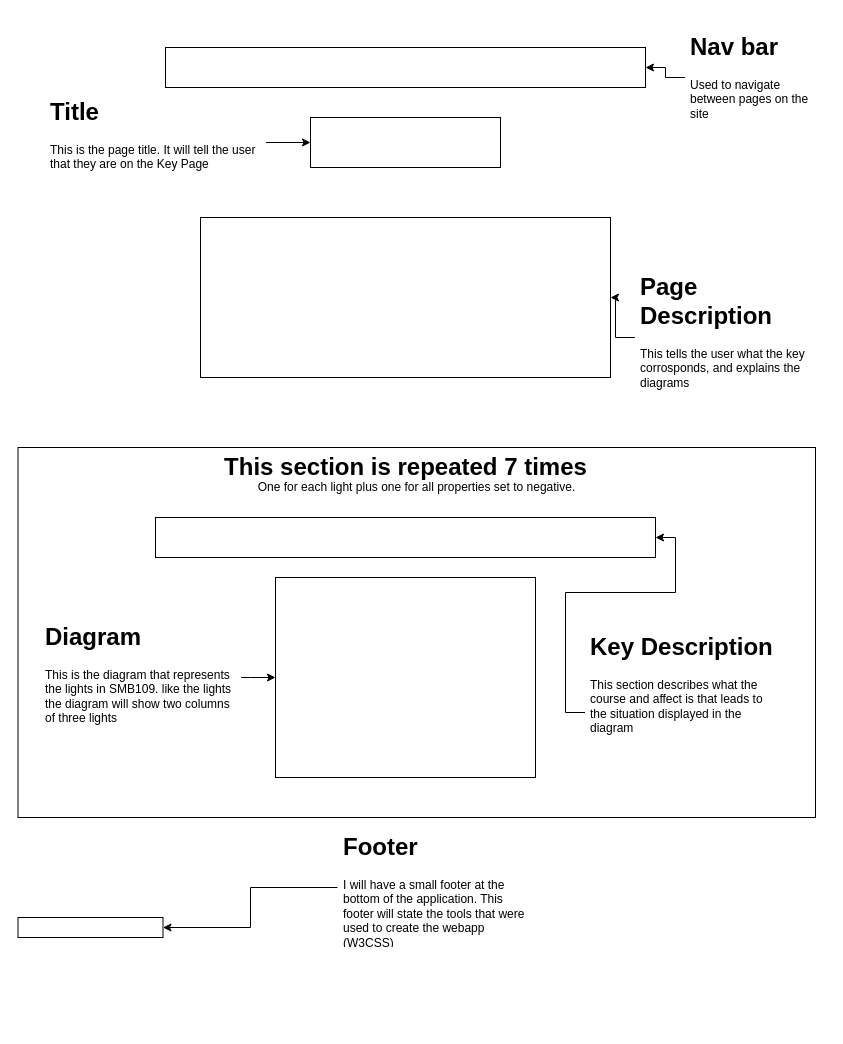
Before: Website Wireframes/Key.drawio in Jasper-27/Soft166Assignment, a draw.io diagram. Source tidied: cells renumbered, new cells numbered last; positions are measured from the earlier drawing's top-left corner, leaving out a move shared by most shapes. Both pictures are drawn from the tidied source at 100%, with x=0, y=0 at pixel (17, 27).
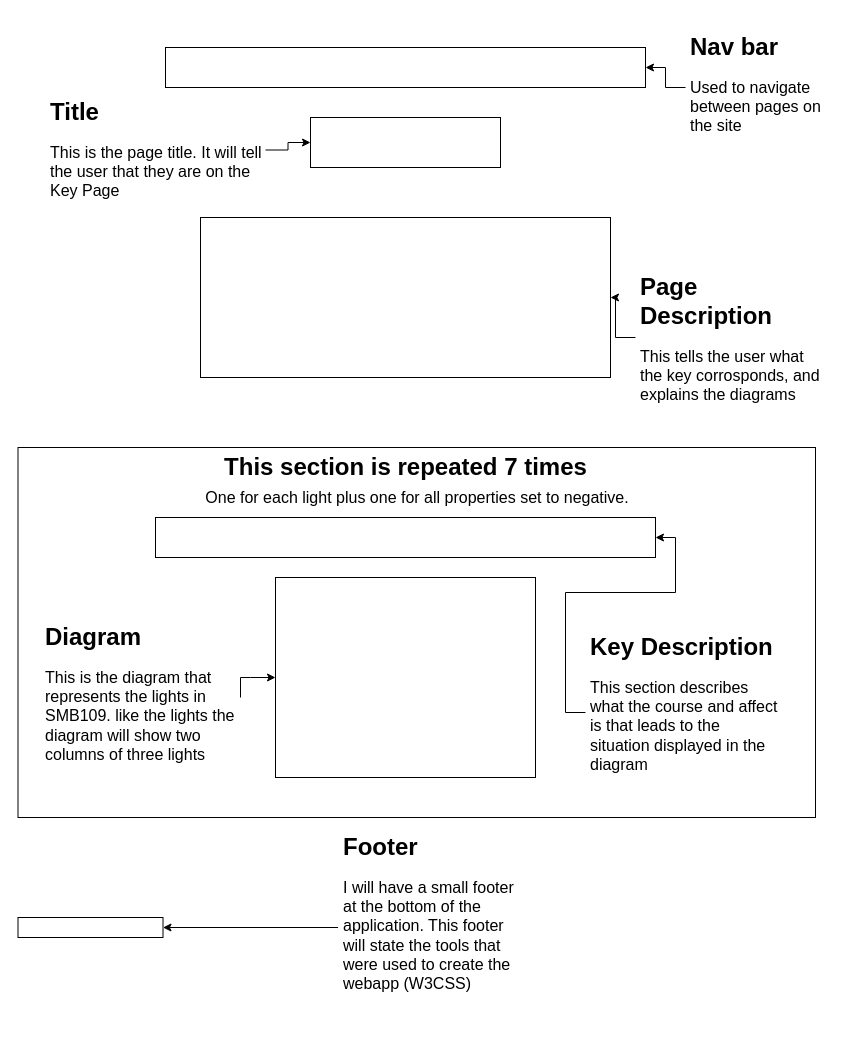
The same page after the edit.

Change to the diagram source:
```diff
@@
-<mxGraphModel>
+<mxGraphModel background="#ffffff">
@@
-    <mxCell id="2" style="rounded=0;whiteSpace=wrap;html=1;" parent="1" vertex="1">
+    <mxCell id="2" style="rounded=0;whiteSpace=wrap;html=1;fillColor=none;strokeColor=#030303;" parent="1" vertex="1">
       <mxGeometry x="0.5" y="420" width="797.5" height="370" as="geometry" />
     </mxCell>
@@
-    <mxCell id="8" value="&lt;h1&gt;Nav bar&lt;br&gt;&lt;/h1&gt;&lt;p&gt;Used to navigate between pages on the site&lt;br&gt;&lt;/p&gt;" style="text;html=1;strokeColor=#FFFFFF;fillColor=none;spacing=5;spacingTop=-20;whiteSpace=wrap;overflow=hidden;rounded=0;shadow=0;" parent="1" vertex="1">
-      <mxGeometry x="668" width="140" height="100" as="geometry" />
+    <mxCell id="8" value="&lt;h1&gt;Nav bar&lt;br&gt;&lt;/h1&gt;&lt;p&gt;&lt;font style=&quot;font-size: 16px&quot;&gt;Used to navigate between pages on the site&lt;/font&gt;&lt;br&gt;&lt;/p&gt;" style="text;html=1;spacing=5;spacingTop=-20;whiteSpace=wrap;overflow=hidden;rounded=0;shadow=0;fontColor=#000000;" parent="1" vertex="1">
+      <mxGeometry x="668" width="140" height="120" as="geometry" />
     </mxCell>
@@
-    <mxCell id="10" value="&lt;h1&gt;Page Description&lt;br&gt;&lt;/h1&gt;&lt;p&gt;This tells the user what the key corrosponds, and explains the diagrams &lt;br&gt;&lt;/p&gt;" style="text;html=1;strokeColor=#FFFFFF;fillColor=none;spacing=5;spacingTop=-20;whiteSpace=wrap;overflow=hidden;rounded=0;shadow=0;" parent="1" vertex="1">
+    <mxCell id="10" value="&lt;h1&gt;Page Description&lt;br&gt;&lt;/h1&gt;&lt;p&gt;&lt;font style=&quot;font-size: 16px&quot;&gt;This tells the user what the key corrosponds, and explains the diagrams &lt;/font&gt;&lt;br&gt;&lt;/p&gt;" style="text;html=1;spacing=5;spacingTop=-20;whiteSpace=wrap;overflow=hidden;rounded=0;shadow=0;fontColor=#000000;" parent="1" vertex="1">
       <mxGeometry x="618" y="240" width="190" height="140" as="geometry" />
     </mxCell>
@@
-    <mxCell id="12" value="&lt;h1&gt;Title &lt;br&gt;&lt;/h1&gt;&lt;p&gt;This is the page title. It will tell the user that they are on the Key Page&lt;br&gt;&lt;/p&gt;" style="text;html=1;strokeColor=#FFFFFF;fillColor=none;spacing=5;spacingTop=-20;whiteSpace=wrap;overflow=hidden;rounded=0;shadow=0;" parent="1" vertex="1">
-      <mxGeometry x="28" y="65" width="220" height="100" as="geometry" />
+    <mxCell id="12" value="&lt;h1&gt;Title &lt;br&gt;&lt;/h1&gt;&lt;p&gt;&lt;font style=&quot;font-size: 16px&quot;&gt;This is the page title. It will tell the user that they are on the Key Page&lt;/font&gt;&lt;br&gt;&lt;/p&gt;" style="text;html=1;spacing=5;spacingTop=-20;whiteSpace=wrap;overflow=hidden;rounded=0;shadow=0;fontColor=#000000;" parent="1" vertex="1">
+      <mxGeometry x="28" y="65" width="220" height="115" as="geometry" />
     </mxCell>
@@
-    <mxCell id="14" value="&lt;h1&gt;Diagram &lt;br&gt;&lt;/h1&gt;&lt;div id=&quot;inside&quot; class=&quot;text_box&quot;&gt;This is the diagram that represents the lights in SMB109. like the lights the diagram will show two columns of three lights&lt;br&gt;&lt;/div&gt;" style="text;html=1;strokeColor=#FFFFFF;fillColor=none;spacing=5;spacingTop=-20;whiteSpace=wrap;overflow=hidden;rounded=0;shadow=0;" parent="1" vertex="1">
-      <mxGeometry x="23" y="590" width="200" height="120" as="geometry" />
+    <mxCell id="14" value="&lt;h1&gt;Diagram &lt;br&gt;&lt;/h1&gt;&lt;div id=&quot;inside&quot; class=&quot;text_box&quot;&gt;&lt;font style=&quot;font-size: 16px&quot;&gt;This is the diagram that represents the lights in SMB109. like the lights the diagram will show two columns of three lights&lt;/font&gt;&lt;br&gt;&lt;/div&gt;" style="text;html=1;spacing=5;spacingTop=-20;whiteSpace=wrap;overflow=hidden;rounded=0;shadow=0;fontColor=#000000;" parent="1" vertex="1">
+      <mxGeometry x="23" y="590" width="200" height="160" as="geometry" />
     </mxCell>
@@
-    <mxCell id="17" value="&lt;h1&gt;Footer&lt;/h1&gt;&lt;p&gt;I will have a small footer at the bottom of the application. This footer will state the tools that were used to create the webapp (W3CSS)&lt;br&gt;&lt;/p&gt;" style="text;html=1;strokeColor=#FFFFFF;fillColor=none;spacing=5;spacingTop=-20;whiteSpace=wrap;overflow=hidden;rounded=0;shadow=0;" parent="1" vertex="1">
-      <mxGeometry x="320.5" y="800" width="190" height="120" as="geometry" />
+    <mxCell id="17" value="&lt;h1&gt;Footer&lt;/h1&gt;&lt;p&gt;&lt;font style=&quot;font-size: 16px&quot;&gt;I will have a small footer at the bottom of the application. This footer will state the tools that were used to create the webapp (W3CSS)&lt;/font&gt;&lt;br&gt;&lt;/p&gt;" style="text;html=1;spacing=5;spacingTop=-20;whiteSpace=wrap;overflow=hidden;rounded=0;shadow=0;fontColor=#000000;" parent="1" vertex="1">
+      <mxGeometry x="320.5" y="800" width="190" height="200" as="geometry" />
     </mxCell>
@@
-    <mxCell id="20" value="&lt;h1&gt;Key Description&lt;br&gt;&lt;/h1&gt;&lt;div id=&quot;inside&quot; class=&quot;text_box&quot;&gt;This section describes what the course and affect is that leads to the situation displayed in the diagram &lt;br&gt;&lt;/div&gt;" style="text;html=1;strokeColor=#FFFFFF;fillColor=none;spacing=5;spacingTop=-20;whiteSpace=wrap;overflow=hidden;rounded=0;shadow=0;" parent="1" vertex="1">
+    <mxCell id="20" value="&lt;h1&gt;Key Description&lt;br&gt;&lt;/h1&gt;&lt;div id=&quot;inside&quot; class=&quot;text_box&quot;&gt;&lt;font style=&quot;font-size: 16px&quot;&gt;This section describes what the course and affect is that leads to the situation displayed in the diagram &lt;/font&gt;&lt;br&gt;&lt;/div&gt;" style="text;html=1;spacing=5;spacingTop=-20;whiteSpace=wrap;overflow=hidden;rounded=0;shadow=0;fontColor=#000000;" parent="1" vertex="1">
       <mxGeometry x="568" y="600" width="200" height="170" as="geometry" />
     </mxCell>
-    <mxCell id="21" value="&lt;div&gt;&lt;h1&gt;&lt;font style=&quot;font-size: 24px&quot;&gt;This section is repeated 7 times&lt;/font&gt;&lt;font size=&quot;3&quot;&gt;&lt;br&gt;&lt;/font&gt;&lt;/h1&gt;&lt;/div&gt;" style="text;html=1;strokeColor=none;fillColor=none;align=center;verticalAlign=middle;whiteSpace=wrap;rounded=0;" parent="1" vertex="1">
+    <mxCell id="21" value="&lt;div&gt;&lt;h1&gt;&lt;font style=&quot;font-size: 24px&quot;&gt;This section is repeated 7 times&lt;/font&gt;&lt;font size=&quot;3&quot;&gt;&lt;br&gt;&lt;/font&gt;&lt;/h1&gt;&lt;/div&gt;" style="text;html=1;align=center;verticalAlign=middle;whiteSpace=wrap;rounded=0;fontColor=#000000;" parent="1" vertex="1">
       <mxGeometry x="190.5" y="430" width="395" height="20" as="geometry" />
     </mxCell>
-    <mxCell id="22" value="One for each light plus one for all properties set to negative." style="text;html=1;strokeColor=none;fillColor=none;align=center;verticalAlign=middle;whiteSpace=wrap;rounded=0;" parent="1" vertex="1">
-      <mxGeometry x="231.8" y="450" width="335" height="20" as="geometry" />
+    <mxCell id="22" value="&lt;font style=&quot;font-size: 16px&quot;&gt;One for each light plus one for all properties set to negative.&lt;/font&gt;" style="text;html=1;align=center;verticalAlign=middle;whiteSpace=wrap;rounded=0;fontColor=#000000;" parent="1" vertex="1">
+      <mxGeometry x="171.8" y="460" width="456.2" height="20" as="geometry" />
     </mxCell>
```
